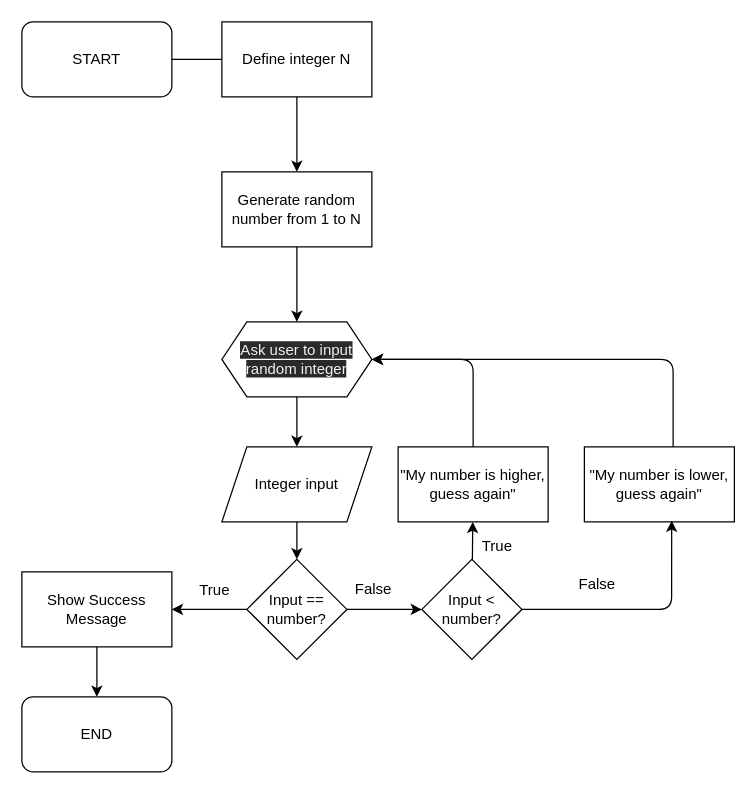
Above: guessing.drawio in chiamar/Algorithms (draw.io), before the change. Source tidied: cells renumbered, new cells numbered last; positions are measured from the earlier drawing's top-left corner, leaving out a move shared by most shapes. Both pictures are drawn from the tidied source at 125%, with x=0, y=0 at pixel (21, 21).
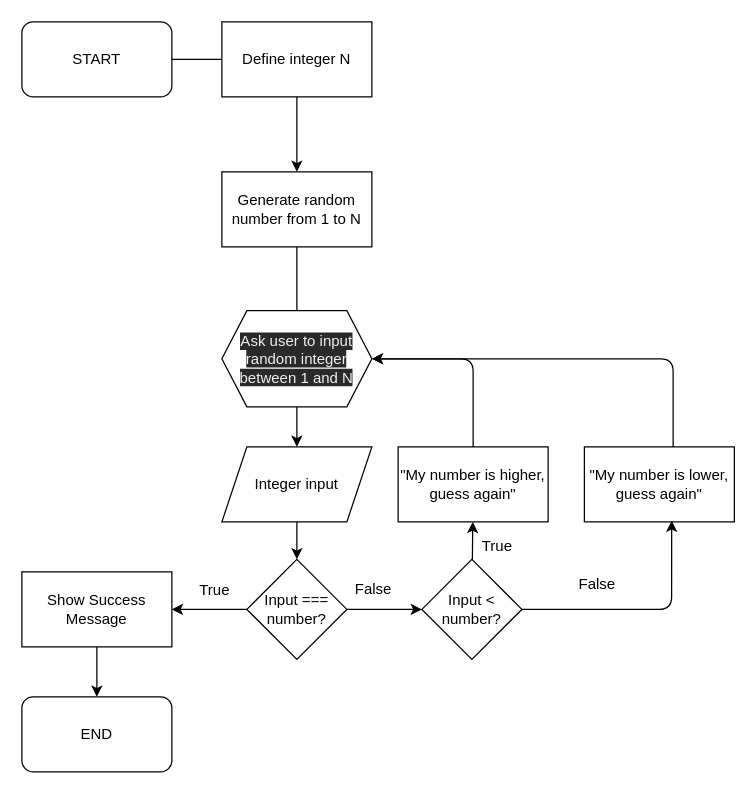
After the change.

Commit message (it also covers changes not shown here):
Add Player Strategy

What changed in the source:
```diff
@@
-    <mxCell id="14" value="Input == number?" style="rhombus;whiteSpace=wrap;html=1;" parent="1" vertex="1">
+    <mxCell id="14" value="Input === number?" style="rhombus;whiteSpace=wrap;html=1;" parent="1" vertex="1">
       <mxGeometry x="180" y="430" width="80" height="80" as="geometry" />
     </mxCell>
@@
-    <mxCell id="25" value="&#10;&#10;&lt;span style=&quot;color: rgb(240, 240, 240); font-family: helvetica; font-size: 12px; font-style: normal; font-weight: 400; letter-spacing: normal; text-align: center; text-indent: 0px; text-transform: none; word-spacing: 0px; background-color: rgb(42, 42, 42); display: inline; float: none;&quot;&gt;Ask user to input random integer&lt;/span&gt;&#10;&#10;" style="shape=hexagon;perimeter=hexagonPerimeter2;whiteSpace=wrap;html=1;fixedSize=1;shadow=0;" parent="1" vertex="1">
-      <mxGeometry x="160" y="240" width="120" height="60" as="geometry" />
+    <mxCell id="25" value="&lt;span style=&quot;color: rgb(240 , 240 , 240) ; font-family: &amp;#34;helvetica&amp;#34; ; font-size: 12px ; font-style: normal ; font-weight: 400 ; letter-spacing: normal ; text-align: center ; text-indent: 0px ; text-transform: none ; word-spacing: 0px ; background-color: rgb(42 , 42 , 42) ; display: inline ; float: none&quot;&gt;Ask user to input random integer between 1 and N&lt;/span&gt;" style="shape=hexagon;perimeter=hexagonPerimeter2;whiteSpace=wrap;html=1;fixedSize=1;shadow=0;" parent="1" vertex="1">
+      <mxGeometry x="160" y="231" width="120" height="77" as="geometry" />
     </mxCell>
```
